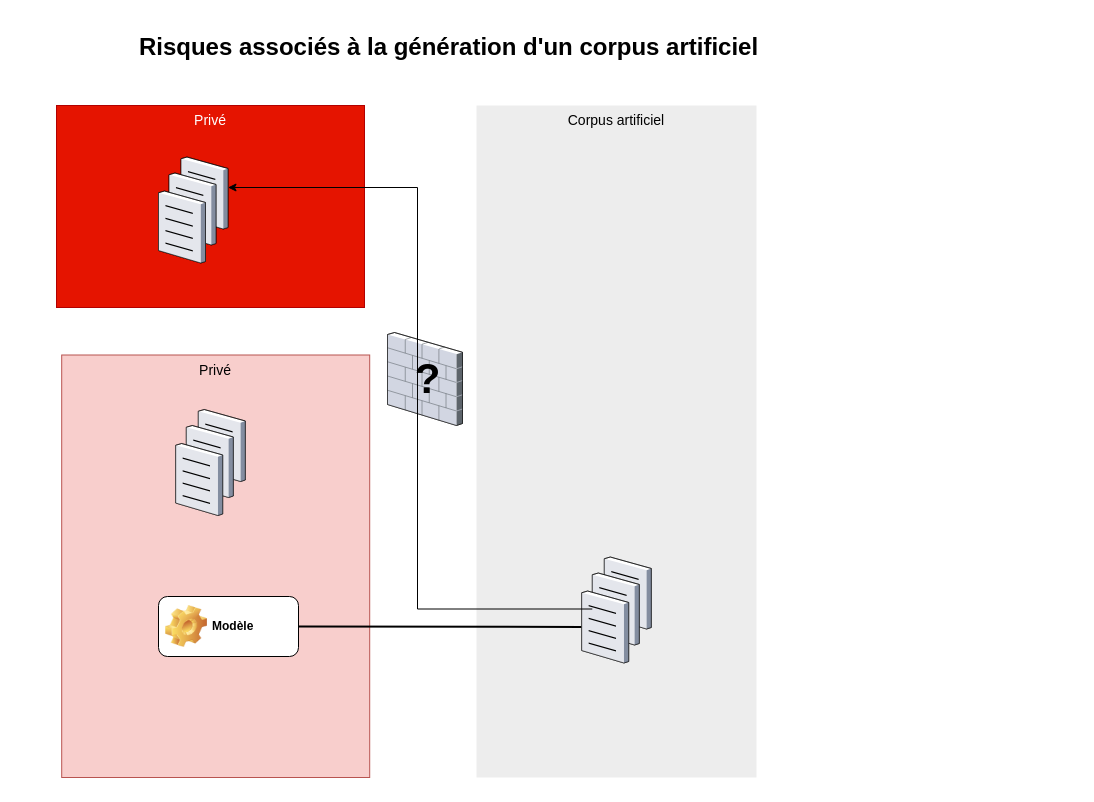
Hiebel/ProjetFouilleDeTexte keeps this draw.io diagram as Untitled Diagram.drawio. Above is the earlier version. Source tidied: cells renumbered, new cells numbered last; positions are measured from the earlier drawing's top-left corner, leaving out a move shared by most shapes. Both pictures are drawn from the tidied source at 100%, with x=0, y=0 at pixel (17, 27).
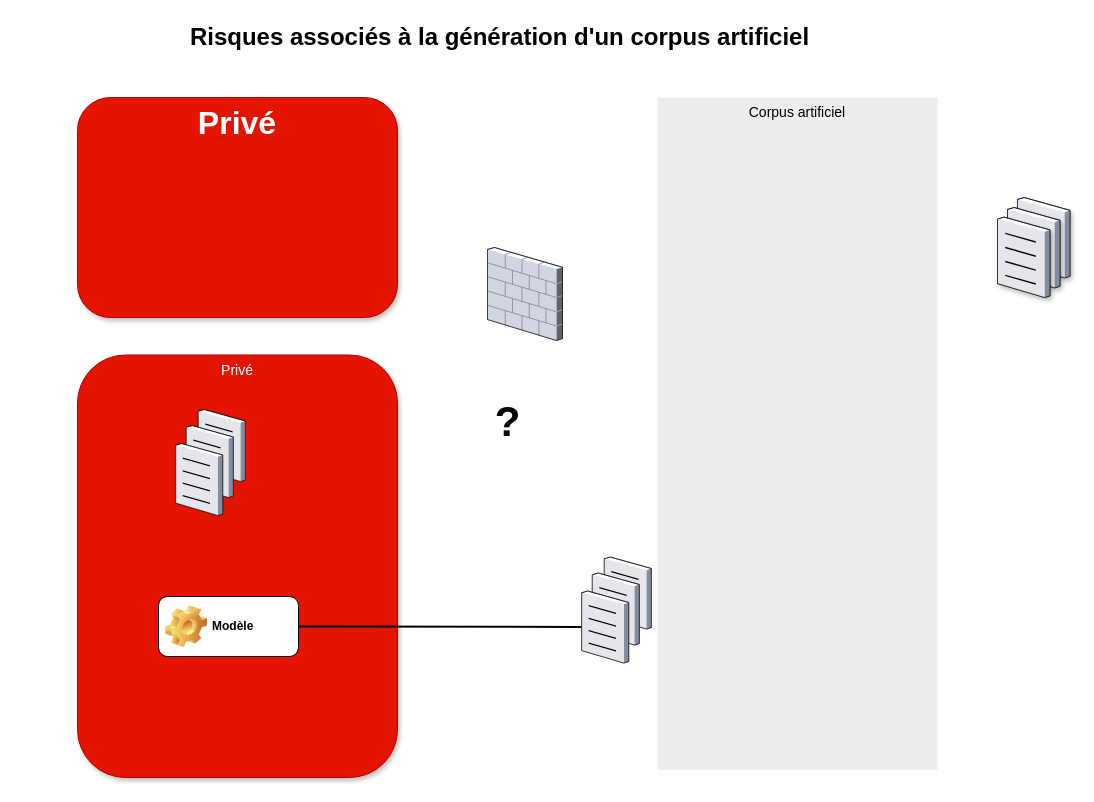
Above is the later version.

The change refers to these unchanged cells:
```xml
<mxCell id="16" style="verticalLabelPosition=bottom;sketch=0;html=1;verticalAlign=top;strokeColor=none;align=center;outlineConnect=0;shape=mxgraph.citrix.document;" parent="1" vertex="1">
  <mxGeometry x="574.8" y="545.5" width="47" height="72" as="geometry" />
</mxCell>
```

Change to the diagram source:
```diff
@@
-    <mxCell id="2" value="Privé" style="whiteSpace=wrap;html=1;fillColor=#f8cecc;fontSize=14;strokeColor=#b85450;verticalAlign=top;" parent="1" vertex="1">
-      <mxGeometry x="44.2" y="327.5" width="308" height="422.5" as="geometry" />
+    <mxCell id="2" value="Privé" style="whiteSpace=wrap;html=1;fillColor=#e51400;fontSize=14;strokeColor=#B20000;verticalAlign=top;fontColor=#ffffff;rounded=1;glass=0;shadow=1;sketch=0;gradientColor=none;gradientDirection=north;" parent="1" vertex="1">
+      <mxGeometry x="60" y="327.5" width="320" height="422.5" as="geometry" />
     </mxCell>
     <mxCell id="3" value="Corpus artificiel" style="whiteSpace=wrap;html=1;fillColor=#EDEDED;fontSize=14;strokeColor=none;verticalAlign=top;" parent="1" vertex="1">
-      <mxGeometry x="459" y="78" width="280" height="672" as="geometry" />
+      <mxGeometry x="640" y="70" width="280" height="672" as="geometry" />
     </mxCell>
-    <mxCell id="4" value="Privé" style="whiteSpace=wrap;html=1;fillColor=#e51400;fontSize=14;strokeColor=#B20000;verticalAlign=top;fontColor=#ffffff;" parent="1" vertex="1">
-      <mxGeometry x="39" y="78" width="308" height="202" as="geometry" />
+    <mxCell id="4" value="&lt;font style=&quot;font-size: 32px&quot;&gt;&lt;b&gt;&lt;font style=&quot;font-size: 32px&quot;&gt;Privé&lt;/font&gt;&lt;/b&gt;&lt;/font&gt;" style="whiteSpace=wrap;html=1;fillColor=#e51400;fontSize=14;strokeColor=#B20000;verticalAlign=top;fontColor=#ffffff;perimeterSpacing=0;rounded=1;glass=0;shadow=1;sketch=0;" parent="1" vertex="1">
+      <mxGeometry x="60" y="70" width="320" height="220" as="geometry" />
     </mxCell>
@@
     <mxCell id="6" style="verticalLabelPosition=bottom;html=1;verticalAlign=top;strokeColor=none;shape=mxgraph.citrix.firewall;fillColor=#66B2FF;gradientColor=#0066CC;fontSize=14;" parent="1" vertex="1">
-      <mxGeometry x="370" y="305" width="75" height="93" as="geometry" />
+      <mxGeometry x="470" y="220" width="75" height="93" as="geometry" />
     </mxCell>
     <mxCell id="7" value="Risques associés à la génération d'un corpus artificiel" style="text;strokeColor=none;fillColor=none;html=1;fontSize=24;fontStyle=1;verticalAlign=middle;align=center;" parent="1" vertex="1">
-      <mxGeometry width="861" height="40" as="geometry" />
+      <mxGeometry x="44.2" y="-10" width="875.8" height="40" as="geometry" />
     </mxCell>
-    <mxCell id="8" style="verticalLabelPosition=bottom;sketch=0;html=1;verticalAlign=top;strokeColor=none;align=center;outlineConnect=0;shape=mxgraph.citrix.document;" parent="1" vertex="1">
-      <mxGeometry x="163.5" y="129.5" width="47" height="72" as="geometry" />
-    </mxCell>
-    <mxCell id="9" style="verticalLabelPosition=bottom;sketch=0;html=1;verticalAlign=top;strokeColor=none;align=center;shape=mxgraph.citrix.document;" parent="1" vertex="1">
-      <mxGeometry x="151.5" y="145.5" width="47" height="72" as="geometry" />
-    </mxCell>
-    <mxCell id="10" style="verticalLabelPosition=bottom;sketch=0;html=1;verticalAlign=top;strokeColor=none;align=center;shape=mxgraph.citrix.document;" parent="1" vertex="1">
-      <mxGeometry x="141" y="163.5" width="47" height="72" as="geometry" />
+    <mxCell id="10" style="verticalLabelPosition=bottom;sketch=0;html=1;verticalAlign=top;strokeColor=default;align=center;shape=mxgraph.citrix.document;fillColor=#a0522d;fontColor=#ffffff;strokeWidth=0;shadow=1;" parent="1" vertex="1">
+      <mxGeometry x="1000" y="170" width="52.5" height="80.4" as="geometry" />
     </mxCell>
@@
-    <mxCell id="18" style="edgeStyle=segmentEdgeStyle;endArrow=classic;html=1;rounded=0;" parent="1" edge="1" source="16" target="8">
-      <mxGeometry relative="1" as="geometry">
-        <Array as="points">
-          <mxPoint x="400" y="582" />
-          <mxPoint x="400" y="160" />
-        </Array>
-      </mxGeometry>
-    </mxCell>
     <mxCell id="19" value="&lt;b&gt;&lt;font style=&quot;font-size: 42px&quot;&gt;?&lt;/font&gt;&lt;/b&gt;" style="text;html=1;align=center;verticalAlign=middle;fillColor=none;strokeColor=none;rounded=0;" parent="1" vertex="1">
-      <mxGeometry x="390" y="336.5" width="40" height="30" as="geometry" />
+      <mxGeometry x="470" y="380" width="40" height="30" as="geometry" />
     </mxCell>
+    <mxCell id="20" style="verticalLabelPosition=bottom;sketch=0;html=1;verticalAlign=top;strokeColor=default;align=center;shape=mxgraph.citrix.document;fillColor=#a0522d;fontColor=#ffffff;strokeWidth=0;shadow=1;" parent="1" vertex="1">
+      <mxGeometry x="990" y="180" width="52.5" height="80.4" as="geometry" />
+    </mxCell>
+    <mxCell id="21" style="verticalLabelPosition=bottom;sketch=0;html=1;verticalAlign=top;strokeColor=default;align=center;shape=mxgraph.citrix.document;fillColor=#a0522d;fontColor=#ffffff;strokeWidth=0;shadow=1;" parent="1" vertex="1">
+      <mxGeometry x="980" y="189.6" width="52.5" height="80.4" as="geometry" />
+    </mxCell>
```
